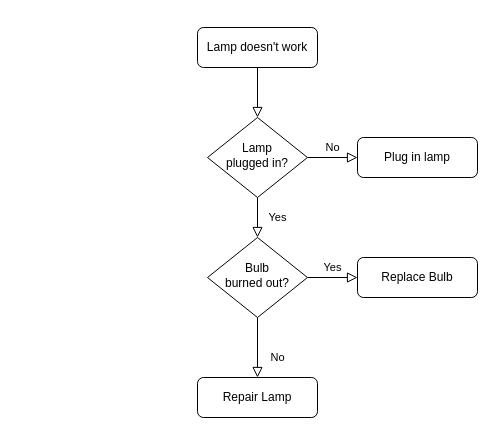
Above: Untitled Diagram.drawio in Process64/Beersite (draw.io), before the change. Source tidied: cells renumbered, new cells numbered last; positions are measured from the earlier drawing's top-left corner, leaving out a move shared by most shapes. Both pictures are drawn from the tidied source at 100%, with x=0, y=0 at pixel (197, 27).
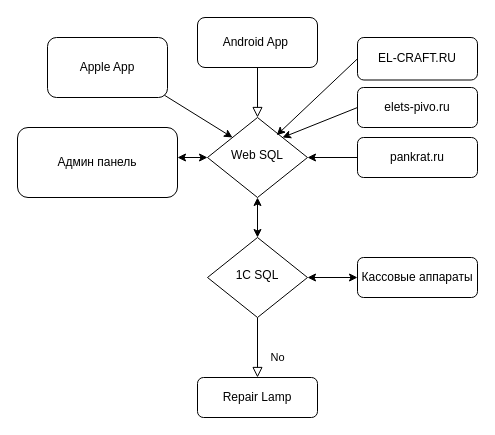
Above is the later version.

The edit, as a diff of the source:
```diff
@@
-    <mxCell id="3" value="Lamp doesn't work" style="rounded=1;whiteSpace=wrap;html=1;fontSize=12;glass=0;strokeWidth=1;shadow=0;" parent="1" vertex="1">
-      <mxGeometry width="120" height="40" as="geometry" />
+    <mxCell id="3" value="Android App&amp;nbsp;" style="rounded=1;whiteSpace=wrap;html=1;fontSize=12;glass=0;strokeWidth=1;shadow=0;" parent="1" vertex="1">
+      <mxGeometry y="-10" width="120" height="50" as="geometry" />
     </mxCell>
-    <mxCell id="4" value="Yes" style="rounded=0;html=1;jettySize=auto;fontSize=11;endArrow=block;endFill=0;endSize=8;strokeWidth=1;shadow=0;labelBackgroundColor=none;edgeStyle=orthogonalEdgeStyle;" parent="1" edge="1" source="6" target="10">
-      <mxGeometry y="20" relative="1" as="geometry" />
-    </mxCell>
-    <mxCell id="5" value="No" style="edgeStyle=orthogonalEdgeStyle;rounded=0;html=1;jettySize=auto;fontSize=11;endArrow=block;endFill=0;endSize=8;strokeWidth=1;shadow=0;labelBackgroundColor=none;" parent="1" edge="1" source="6" target="7">
-      <mxGeometry y="10" relative="1" as="geometry" />
-    </mxCell>
-    <mxCell id="6" value="Lamp&lt;br&gt;plugged in?" style="rhombus;whiteSpace=wrap;html=1;shadow=0;fontFamily=Helvetica;fontSize=12;align=center;strokeWidth=1;spacing=6;spacingTop=-4;" parent="1" vertex="1">
+    <mxCell id="6" value="Web SQL" style="rhombus;whiteSpace=wrap;html=1;shadow=0;fontFamily=Helvetica;fontSize=12;align=center;strokeWidth=1;spacing=6;spacingTop=-4;" parent="1" vertex="1">
       <mxGeometry x="10" y="90" width="100" height="80" as="geometry" />
     </mxCell>
+    <mxCell id="13" style="edgeStyle=orthogonalEdgeStyle;rounded=0;jettySize=auto;html=1;" parent="1" edge="1" source="7" target="6">
+      <mxGeometry relative="1" as="geometry" />
+    </mxCell>
-    <mxCell id="7" value="Plug in lamp" style="rounded=1;whiteSpace=wrap;html=1;fontSize=12;glass=0;strokeWidth=1;shadow=0;" parent="1" vertex="1">
+    <mxCell id="7" value="pankrat.ru" style="rounded=1;whiteSpace=wrap;html=1;fontSize=12;glass=0;strokeWidth=1;shadow=0;" parent="1" vertex="1">
       <mxGeometry x="160" y="110" width="120" height="40" as="geometry" />
     </mxCell>
@@
-    <mxCell id="9" value="Yes" style="edgeStyle=orthogonalEdgeStyle;rounded=0;html=1;jettySize=auto;fontSize=11;endArrow=block;endFill=0;endSize=8;strokeWidth=1;shadow=0;labelBackgroundColor=none;" parent="1" edge="1" source="10" target="12">
-      <mxGeometry y="10" relative="1" as="geometry" />
-    </mxCell>
-    <mxCell id="10" value="Bulb&lt;br&gt;burned out?" style="rhombus;whiteSpace=wrap;html=1;shadow=0;fontFamily=Helvetica;fontSize=12;align=center;strokeWidth=1;spacing=6;spacingTop=-4;" parent="1" vertex="1">
+    <mxCell id="10" value="1C SQL" style="rhombus;whiteSpace=wrap;html=1;shadow=0;fontFamily=Helvetica;fontSize=12;align=center;strokeWidth=1;spacing=6;spacingTop=-4;" parent="1" vertex="1">
       <mxGeometry x="10" y="210" width="100" height="80" as="geometry" />
     </mxCell>
@@
-    <mxCell id="12" value="Replace Bulb" style="rounded=1;whiteSpace=wrap;html=1;fontSize=12;glass=0;strokeWidth=1;shadow=0;" parent="1" vertex="1">
+    <mxCell id="12" value="Кассовые аппараты" style="rounded=1;whiteSpace=wrap;html=1;fontSize=12;glass=0;strokeWidth=1;shadow=0;" parent="1" vertex="1">
       <mxGeometry x="160" y="230" width="120" height="40" as="geometry" />
     </mxCell>
+    <mxCell id="14" value="Админ панель" style="rounded=1;whiteSpace=wrap;html=1;" parent="1" vertex="1">
+      <mxGeometry x="-180" y="100" width="160" height="70" as="geometry" />
+    </mxCell>
+    <mxCell id="15" value="Apple App" style="rounded=1;whiteSpace=wrap;html=1;" parent="1" vertex="1">
+      <mxGeometry x="-150" y="10" width="120" height="60" as="geometry" />
+    </mxCell>
+    <mxCell id="16" style="endArrow=classic;html=1;entryX=0;entryY=0;entryDx=0;entryDy=0;exitX=0.975;exitY=0.963;exitDx=0;exitDy=0;exitPerimeter=0;" parent="1" edge="1" source="15" target="6">
+      <mxGeometry relative="1" as="geometry" />
+    </mxCell>
+    <mxCell id="17" value="elets-pivo.ru" style="rounded=1;whiteSpace=wrap;html=1;" parent="1" vertex="1">
+      <mxGeometry x="160" y="60" width="120" height="40" as="geometry" />
+    </mxCell>
+    <mxCell id="18" value="EL-CRAFT.RU" style="rounded=1;whiteSpace=wrap;html=1;" parent="1" vertex="1">
+      <mxGeometry x="160" y="10" width="120" height="42.5" as="geometry" />
+    </mxCell>
+    <mxCell id="19" style="endArrow=classic;html=1;exitX=0;exitY=0.5;exitDx=0;exitDy=0;entryX=1;entryY=0;entryDx=0;entryDy=0;" parent="1" edge="1" source="17" target="6">
+      <mxGeometry relative="1" as="geometry" />
+    </mxCell>
+    <mxCell id="20" style="endArrow=classic;html=1;exitX=0;exitY=0.5;exitDx=0;exitDy=0;entryX=0.692;entryY=0.221;entryDx=0;entryDy=0;entryPerimeter=0;" parent="1" edge="1" source="18" target="6">
+      <mxGeometry relative="1" as="geometry" />
+    </mxCell>
+    <mxCell id="21" style="endArrow=classic;startArrow=classic;html=1;entryX=0;entryY=0.5;entryDx=0;entryDy=0;" parent="1" edge="1" target="6">
+      <mxGeometry relative="1" as="geometry">
+        <mxPoint x="-20" y="130" as="sourcePoint" />
+      </mxGeometry>
+    </mxCell>
+    <mxCell id="22" style="endArrow=classic;startArrow=classic;html=1;entryX=0.5;entryY=1;entryDx=0;entryDy=0;" parent="1" edge="1" target="6">
+      <mxGeometry relative="1" as="geometry">
+        <mxPoint x="60" y="210" as="sourcePoint" />
+      </mxGeometry>
+    </mxCell>
+    <mxCell id="9" style="endArrow=classic;startArrow=classic;html=1;entryX=0;entryY=0.5;entryDx=0;entryDy=0;exitX=1;exitY=0.5;exitDx=0;exitDy=0;" parent="1" edge="1" source="10" target="12">
+      <mxGeometry relative="1" as="geometry" />
+    </mxCell>
```
